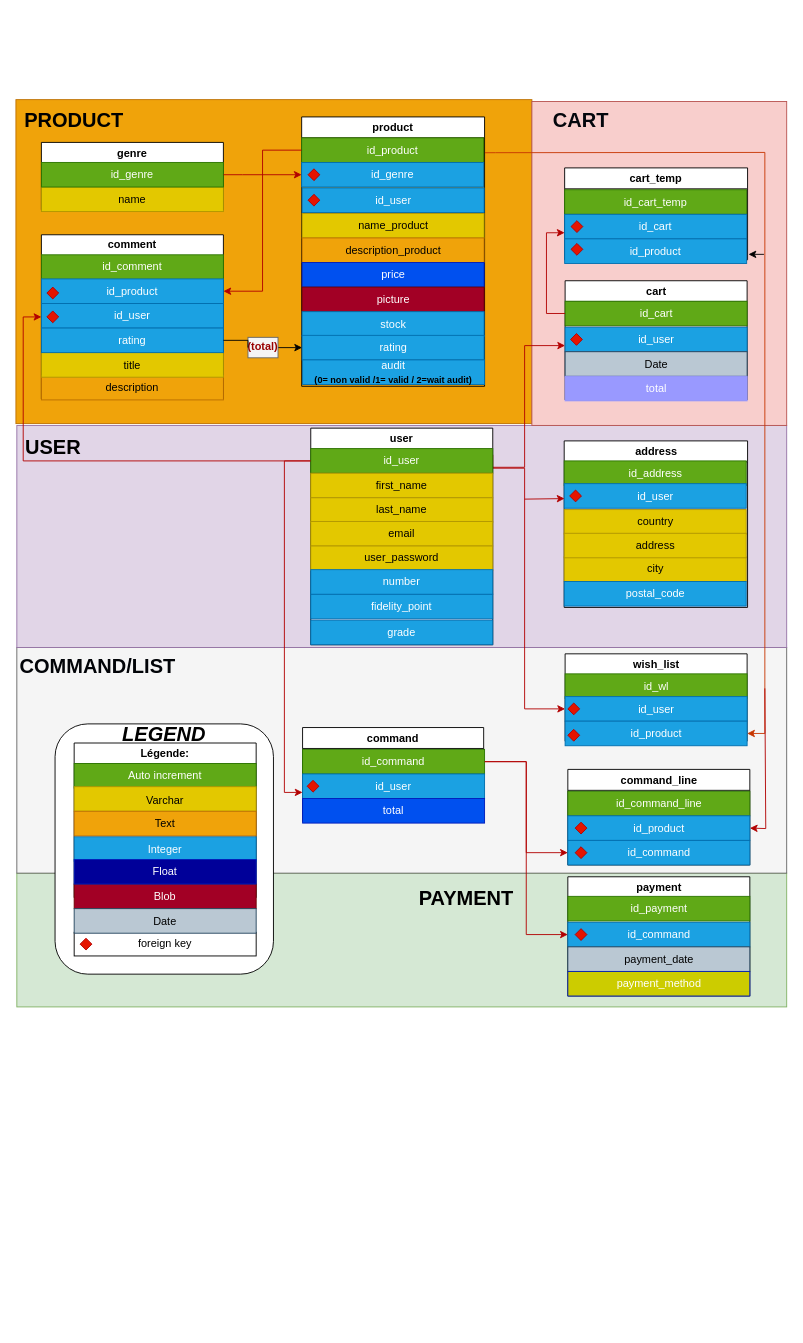
This is db/Luc_Nagib_Script'io_MCD.drawio from Naywvi/ScriptIO_ecommerce_of_script, a draw.io file, before an edit. Source tidied: cells renumbered, new cells numbered last; positions are measured from the earlier drawing's top-left corner, leaving out a move shared by most shapes. Both pictures are drawn from the tidied source at 91%, with x=0, y=0 at pixel (15, 99).
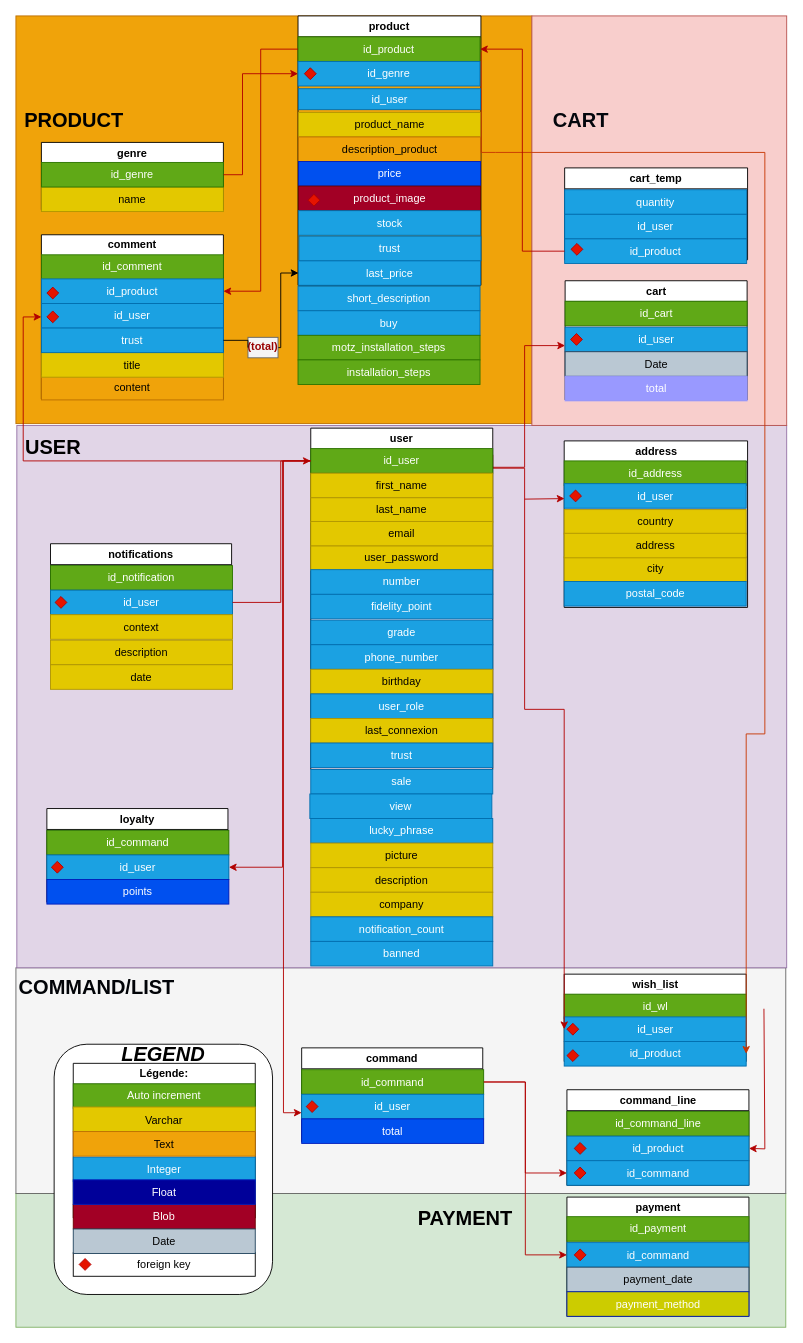
The same diagram, later.

The change refers to these unchanged cells:
```xml
<mxCell id="9" value="id_product" style="whiteSpace=wrap;html=1;fillColor=#1ba1e2;fontColor=#ffffff;strokeColor=#006EAF;" parent="7" vertex="1">
  <mxGeometry y="51" width="200" height="27" as="geometry" />
</mxCell>
<mxCell id="14" value="id_product" style="whiteSpace=wrap;html=1;fillColor=#60a917;strokeColor=#2D7600;fontColor=#ffffff;" parent="13" vertex="1">
  <mxGeometry y="23" width="200" height="27" as="geometry" />
</mxCell>
<mxCell id="26" value="id_cart" style="whiteSpace=wrap;html=1;fillColor=#60a917;strokeColor=#2D7600;fontColor=#ffffff;" parent="25" vertex="1">
  <mxGeometry y="22.5" width="200" height="27" as="geometry" />
</mxCell>
<mxCell id="31" value="cart_temp" style="swimlane;whiteSpace=wrap;html=1;" parent="1" vertex="1">
  <mxGeometry x="603" y="75" width="201" height="101" as="geometry" />
</mxCell>
<mxCell id="34" value="id_product" style="whiteSpace=wrap;html=1;fillColor=#1ba1e2;fontColor=#ffffff;strokeColor=#006EAF;" parent="31" vertex="1">
  <mxGeometry y="78" width="200" height="27" as="geometry" />
</mxCell>
<mxCell id="93" value="id_user" style="whiteSpace=wrap;html=1;fillColor=#60a917;strokeColor=#2D7600;fontColor=#ffffff;" parent="92" vertex="1">
  <mxGeometry y="22.5" width="200" height="27" as="geometry" />
</mxCell>
<mxCell id="112" value="&lt;font style=&quot;--darkreader-inline-color: #ff6161;&quot; color=&quot;#990000&quot;&gt;&lt;b&gt;(total)&lt;/b&gt;&lt;/font&gt;" style="rounded=0;whiteSpace=wrap;html=1;fillColor=#f5f5f5;strokeColor=#666666;fontColor=#333333;" parent="1" vertex="1">
  <mxGeometry x="255" y="261.2" width="33" height="22.5" as="geometry" />
</mxCell>
```

Diff of the diagram source:
```diff
@@
     <mxCell id="2" style="rounded=0;whiteSpace=wrap;html=1;fillColor=#f0a30a;strokeColor=#BD7000;fontColor=#000000;" parent="1" vertex="1">
-      <mxGeometry width="567" height="356" as="geometry" />
+      <mxGeometry y="-92" width="567" height="448" as="geometry" />
     </mxCell>
     <mxCell id="3" style="rounded=0;whiteSpace=wrap;html=1;fillColor=#d5e8d4;strokeColor=#82b366;" parent="1" vertex="1">
-      <mxGeometry x="1" y="850" width="846" height="147" as="geometry" />
+      <mxGeometry y="1202" width="846" height="147" as="geometry" />
     </mxCell>
     <mxCell id="4" style="rounded=0;whiteSpace=wrap;html=1;fillColor=#f5f5f5;strokeColor=#666666;fontColor=#333333;" parent="1" vertex="1">
-      <mxGeometry x="1" y="602" width="846" height="248" as="geometry" />
+      <mxGeometry y="954" width="846" height="248" as="geometry" />
     </mxCell>
     <mxCell id="5" style="rounded=0;whiteSpace=wrap;html=1;fillColor=#e1d5e7;strokeColor=#9673a6;" parent="1" vertex="1">
-      <mxGeometry x="1" y="358" width="846" height="244" as="geometry" />
+      <mxGeometry x="1" y="358" width="846" height="596" as="geometry" />
     </mxCell>
     <mxCell id="6" style="rounded=0;whiteSpace=wrap;html=1;fillColor=#f8cecc;strokeColor=#b85450;" parent="1" vertex="1">
-      <mxGeometry x="567" y="2" width="280" height="356" as="geometry" />
+      <mxGeometry x="567" y="-92" width="280" height="450" as="geometry" />
     </mxCell>
     <mxCell id="7" value="command_line" style="swimlane;whiteSpace=wrap;html=1;" parent="1" vertex="1">
-      <mxGeometry x="606.5" y="736" width="200" height="105" as="geometry" />
+      <mxGeometry x="605.5" y="1088" width="200" height="105" as="geometry" />
     </mxCell>
@@
     <mxCell id="13" value="product" style="swimlane;whiteSpace=wrap;html=1;" parent="1" vertex="1">
-      <mxGeometry x="314" y="19" width="201" height="296" as="geometry" />
+      <mxGeometry x="310" y="-92" width="201" height="296" as="geometry" />
     </mxCell>
@@
-    <mxCell id="15" value="name_product" style="whiteSpace=wrap;html=1;fillColor=#e3c800;fontColor=#000000;strokeColor=#B09500;" parent="13" vertex="1">
+    <mxCell id="15" value="product_name" style="whiteSpace=wrap;html=1;fillColor=#e3c800;fontColor=#000000;strokeColor=#B09500;" parent="13" vertex="1">
       <mxGeometry x="0.5" y="106" width="200" height="27" as="geometry" />
     </mxCell>
@@
-    <mxCell id="19" value="picture" style="whiteSpace=wrap;html=1;fillColor=#a20025;fontColor=#ffffff;strokeColor=#6F0000;" parent="13" vertex="1">
+    <mxCell id="19" value="product_image" style="whiteSpace=wrap;html=1;fillColor=#a20025;fontColor=#ffffff;strokeColor=#6F0000;" parent="13" vertex="1">
       <mxGeometry x="0.5" y="187" width="200" height="27" as="geometry" />
     </mxCell>
@@
-    <mxCell id="32" value="id_cart_temp" style="whiteSpace=wrap;html=1;fillColor=#60a917;strokeColor=#2D7600;fontColor=#ffffff;" parent="31" vertex="1">
+    <mxCell id="32" value="quantity" style="whiteSpace=wrap;html=1;fillColor=#1ba1e2;strokeColor=#006EAF;fontColor=#ffffff;" parent="31" vertex="1">
       <mxGeometry y="24" width="200" height="27" as="geometry" />
     </mxCell>
-    <mxCell id="33" value="id_cart" style="whiteSpace=wrap;html=1;fillColor=#1ba1e2;fontColor=#ffffff;strokeColor=#006EAF;" parent="31" vertex="1">
+    <mxCell id="33" value="id_user" style="whiteSpace=wrap;html=1;fillColor=#1ba1e2;fontColor=#ffffff;strokeColor=#006EAF;" parent="31" vertex="1">
       <mxGeometry y="51" width="200" height="27" as="geometry" />
     </mxCell>
@@
-    <mxCell id="36" style="rhombus;whiteSpace=wrap;html=1;fillColor=#e51400;fontColor=#ffffff;strokeColor=#B20000;" parent="31" vertex="1">
-      <mxGeometry x="7" y="58" width="13" height="13" as="geometry" />
-    </mxCell>
@@
     <mxCell id="45" value="wish_list" style="swimlane;whiteSpace=wrap;html=1;" parent="1" vertex="1">
-      <mxGeometry x="603.5" y="609" width="200" height="96" as="geometry" />
+      <mxGeometry x="602.5" y="961" width="200" height="96" as="geometry" />
     </mxCell>
@@
     <mxCell id="51" value="payment" style="swimlane;whiteSpace=wrap;html=1;" parent="1" vertex="1">
-      <mxGeometry x="606.5" y="854" width="200" height="131" as="geometry" />
+      <mxGeometry x="605.5" y="1206" width="200" height="131" as="geometry" />
     </mxCell>
@@
     <mxCell id="57" style="rhombus;whiteSpace=wrap;html=1;fillColor=#e51400;fontColor=#ffffff;strokeColor=#B20000;" parent="1" vertex="1">
-      <mxGeometry x="70.5" y="914.5" width="13" height="13" as="geometry" />
+      <mxGeometry x="69.5" y="1266.5" width="13" height="13" as="geometry" />
     </mxCell>
@@
-    <mxCell id="63" style="edgeStyle=orthogonalEdgeStyle;rounded=0;jettySize=auto;html=1;entryX=0;entryY=0.75;entryDx=0;entryDy=0;strokeColor=#B20000;fillColor=#e51400;" parent="1" edge="1" source="26" target="33">
-      <mxGeometry relative="1" as="geometry">
-        <Array as="points">
-          <mxPoint x="583" y="235" />
-          <mxPoint x="583" y="146" />
-        </Array>
-      </mxGeometry>
-    </mxCell>
@@
     <mxCell id="66" style="endArrow=classic;html=1;rounded=0;strokeColor=#B20000;entryX=1;entryY=0.5;entryDx=0;entryDy=0;fillColor=#e51400;" parent="1" edge="1" target="9">
       <mxGeometry relative="1" as="geometry">
-        <mxPoint x="823" y="647" as="sourcePoint" />
+        <mxPoint x="822" y="999" as="sourcePoint" />
         <Array as="points">
-          <mxPoint x="824" y="801" />
+          <mxPoint x="823" y="1153" />
         </Array>
       </mxGeometry>
     </mxCell>
-    <mxCell id="67" style="endArrow=classic;html=1;rounded=0;" parent="1" edge="1">
-      <mxGeometry relative="1" as="geometry">
-        <mxPoint x="822" y="170" as="sourcePoint" />
-        <mxPoint x="805" y="170" as="targetPoint" />
-      </mxGeometry>
-    </mxCell>
     <mxCell id="68" value="command" style="swimlane;whiteSpace=wrap;html=1;" parent="1" vertex="1">
-      <mxGeometry x="315" y="690" width="199" height="103" as="geometry" />
+      <mxGeometry x="314" y="1042" width="199" height="103" as="geometry" />
     </mxCell>
@@
     <mxCell id="73" style="rounded=1;whiteSpace=wrap;html=1;" parent="1" vertex="1">
-      <mxGeometry x="43" y="686" width="240" height="275" as="geometry" />
+      <mxGeometry x="42" y="1038" width="240" height="275" as="geometry" />
     </mxCell>
     <mxCell id="74" value="foreign key" style="rounded=0;whiteSpace=wrap;html=1;" parent="1" vertex="1">
-      <mxGeometry x="64" y="915" width="200" height="26" as="geometry" />
+      <mxGeometry x="63" y="1267" width="200" height="26" as="geometry" />
     </mxCell>
     <mxCell id="75" value="Légende:" style="swimlane;whiteSpace=wrap;html=1;" parent="1" vertex="1">
-      <mxGeometry x="64" y="707" width="200" height="170" as="geometry" />
+      <mxGeometry x="63" y="1059" width="200" height="170" as="geometry" />
     </mxCell>
@@
     <mxCell id="84" style="rhombus;whiteSpace=wrap;html=1;fillColor=#e51400;fontColor=#ffffff;strokeColor=#B20000;" parent="1" vertex="1">
-      <mxGeometry x="70.5" y="921.5" width="13" height="13" as="geometry" />
+      <mxGeometry x="69.5" y="1273.5" width="13" height="13" as="geometry" />
     </mxCell>
@@
     <mxCell id="89" value="&lt;font style=&quot;font-size: 22px; --darkreader-inline-color: #e5e3df;&quot; color=&quot;#020408&quot;&gt;&lt;b&gt;COMMAND/LIST&lt;/b&gt;&lt;/font&gt;" style="text;html=1;strokeColor=none;fillColor=none;align=center;verticalAlign=middle;whiteSpace=wrap;rounded=0;" parent="1" vertex="1">
-      <mxGeometry x="60" y="609" width="60" height="30" as="geometry" />
+      <mxGeometry x="59" y="961" width="60" height="30" as="geometry" />
     </mxCell>
     <mxCell id="90" value="&lt;font style=&quot;font-size: 22px; --darkreader-inline-color: #e8e6e3;&quot; color=&quot;#000000&quot;&gt;&lt;b&gt;PAYMENT&lt;/b&gt;&lt;/font&gt;" style="text;html=1;strokeColor=none;fillColor=none;align=center;verticalAlign=middle;whiteSpace=wrap;rounded=0;" parent="1" vertex="1">
-      <mxGeometry x="465" y="863" width="60" height="30" as="geometry" />
+      <mxGeometry x="464" y="1215" width="60" height="30" as="geometry" />
     </mxCell>
     <mxCell id="91" value="&lt;font style=&quot;--darkreader-inline-color: #e8e6e3;&quot; color=&quot;#000000&quot;&gt;&lt;i&gt;&lt;font style=&quot;font-size: 22px;&quot;&gt;&lt;b&gt;LEGEND&lt;/b&gt;&lt;/font&gt;&lt;/i&gt;&lt;/font&gt;" style="text;html=1;strokeColor=none;fillColor=none;align=center;verticalAlign=middle;whiteSpace=wrap;rounded=0;" parent="1" vertex="1">
-      <mxGeometry x="133" y="683" width="60" height="30" as="geometry" />
+      <mxGeometry x="132" y="1035" width="60" height="30" as="geometry" />
     </mxCell>
     <mxCell id="92" value="user" style="swimlane;whiteSpace=wrap;html=1;" parent="1" vertex="1">
-      <mxGeometry x="324" y="361" width="200" height="238" as="geometry" />
+      <mxGeometry x="324" y="361" width="200" height="375" as="geometry" />
     </mxCell>
@@
+    <mxCell id="119" value="phone_number" style="whiteSpace=wrap;html=1;fillColor=#1ba1e2;strokeColor=#006EAF;fontColor=#ffffff;" parent="92" vertex="1">
+      <mxGeometry y="238" width="200" height="27" as="geometry" />
+    </mxCell>
+    <mxCell id="120" value="birthday" style="whiteSpace=wrap;html=1;fillColor=#e3c800;strokeColor=#B09500;fontColor=#000000;" parent="92" vertex="1">
+      <mxGeometry y="265" width="200" height="27" as="geometry" />
+    </mxCell>
+    <mxCell id="121" value="user_role" style="whiteSpace=wrap;html=1;fillColor=#1ba1e2;strokeColor=#006EAF;fontColor=#ffffff;" parent="92" vertex="1">
+      <mxGeometry y="292" width="200" height="27" as="geometry" />
+    </mxCell>
+    <mxCell id="122" value="last_connexion" style="whiteSpace=wrap;html=1;fillColor=#e3c800;strokeColor=#B09500;fontColor=#000000;" parent="92" vertex="1">
+      <mxGeometry y="319" width="200" height="27" as="geometry" />
+    </mxCell>
+    <mxCell id="123" value="trust" style="whiteSpace=wrap;html=1;fillColor=#1ba1e2;strokeColor=#006EAF;fontColor=#ffffff;" parent="92" vertex="1">
+      <mxGeometry y="346" width="200" height="27" as="geometry" />
+    </mxCell>
@@
-    <mxCell id="105" value="description" style="whiteSpace=wrap;html=1;fillColor=#f0a30a;fontColor=#000000;strokeColor=#BD7000;" parent="1" vertex="1">
+    <mxCell id="105" value="content" style="whiteSpace=wrap;html=1;fillColor=#f0a30a;fontColor=#000000;strokeColor=#BD7000;" parent="1" vertex="1">
       <mxGeometry x="28" y="303" width="200" height="27" as="geometry" />
     </mxCell>
@@
     <mxCell id="107" style="edgeStyle=orthogonalEdgeStyle;rounded=0;jettySize=auto;html=1;entryX=0;entryY=0.5;entryDx=0;entryDy=0;fontSize=10;fontColor=#000000;startArrow=none;" parent="1" edge="1" source="112" target="109">
-      <mxGeometry relative="1" as="geometry" />
+      <mxGeometry relative="1" as="geometry">
+        <Array as="points">
+          <mxPoint x="291" y="273" />
+          <mxPoint x="291" y="191" />
+        </Array>
+      </mxGeometry>
     </mxCell>
-    <mxCell id="108" value="rating" style="whiteSpace=wrap;html=1;fillColor=#1ba1e2;fontColor=#ffffff;strokeColor=#006EAF;" parent="1" vertex="1">
+    <mxCell id="108" value="trust" style="whiteSpace=wrap;html=1;fillColor=#1ba1e2;fontColor=#ffffff;strokeColor=#006EAF;" parent="1" vertex="1">
       <mxGeometry x="28" y="251" width="200" height="27" as="geometry" />
     </mxCell>
-    <mxCell id="109" value="rating" style="whiteSpace=wrap;html=1;fillColor=#1ba1e2;fontColor=#ffffff;strokeColor=#006EAF;" parent="1" vertex="1">
-      <mxGeometry x="314.5" y="259" width="200" height="27" as="geometry" />
+    <mxCell id="109" value="last_price" style="whiteSpace=wrap;html=1;fillColor=#1ba1e2;fontColor=#ffffff;strokeColor=#006EAF;" parent="1" vertex="1">
+      <mxGeometry x="310.5" y="177" width="200" height="27" as="geometry" />
     </mxCell>
-    <mxCell id="110" value="&lt;font style=&quot;--darkreader-inline-color: #988f81;&quot; color=&quot;#FFFFFF&quot;&gt;&lt;font style=&quot;--darkreader-inline-color: #a69f93;&quot;&gt;audit &lt;/font&gt;&lt;br&gt;&lt;font style=&quot;&quot; size=&quot;1&quot; color=&quot;#000000&quot;&gt;&lt;b&gt;&lt;span style=&quot;&quot;&gt;(0= non valid /1= valid / 2=wait audit)&lt;/span&gt;&lt;/b&gt;&lt;/font&gt;&lt;/font&gt;" style="whiteSpace=wrap;html=1;fillColor=#1ba1e2;fontColor=#ffffff;strokeColor=#006EAF;" parent="1" vertex="1">
-      <mxGeometry x="315" y="286" width="200" height="27" as="geometry" />
+    <mxCell id="110" value="trust" style="whiteSpace=wrap;html=1;fillColor=#1ba1e2;fontColor=#ffffff;strokeColor=#006EAF;" parent="1" vertex="1">
+      <mxGeometry x="311" y="150" width="200" height="27" as="geometry" />
     </mxCell>
     <mxCell id="111" value="id_user" style="whiteSpace=wrap;html=1;fillColor=#1ba1e2;fontColor=#ffffff;strokeColor=#006EAF;" parent="1" vertex="1">
-      <mxGeometry x="314.5" y="97" width="200" height="27" as="geometry" />
+      <mxGeometry x="310.5" y="-12" width="200" height="23" as="geometry" />
     </mxCell>
@@
+    <mxCell id="124" value="short_description" style="whiteSpace=wrap;html=1;fillColor=#1ba1e2;fontColor=#ffffff;strokeColor=#006EAF;" parent="1" vertex="1">
+      <mxGeometry x="310" y="205" width="200" height="27" as="geometry" />
+    </mxCell>
+    <mxCell id="125" value="buy" style="whiteSpace=wrap;html=1;fillColor=#1ba1e2;fontColor=#ffffff;strokeColor=#006EAF;" parent="1" vertex="1">
+      <mxGeometry x="310" y="232" width="200" height="27" as="geometry" />
+    </mxCell>
+    <mxCell id="126" style="edgeStyle=orthogonalEdgeStyle;rounded=0;orthogonalLoop=1;jettySize=auto;html=1;exitX=0.5;exitY=1;exitDx=0;exitDy=0;" parent="1" edge="1" source="112" target="112">
+      <mxGeometry relative="1" as="geometry" />
+    </mxCell>
+    <mxCell id="127" value="motz_installation_steps" style="whiteSpace=wrap;html=1;fillColor=#60a917;strokeColor=#2D7600;fontColor=#ffffff;" parent="1" vertex="1">
+      <mxGeometry x="310" y="259" width="200" height="27" as="geometry" />
+    </mxCell>
+    <mxCell id="128" value="installation_steps" style="whiteSpace=wrap;html=1;fillColor=#60a917;strokeColor=#2D7600;fontColor=#ffffff;" parent="1" vertex="1">
+      <mxGeometry x="310" y="286" width="200" height="27" as="geometry" />
+    </mxCell>
+    <mxCell id="129" value="sale" style="whiteSpace=wrap;html=1;fillColor=#1ba1e2;strokeColor=#006EAF;fontColor=#ffffff;" parent="1" vertex="1">
+      <mxGeometry x="324" y="736" width="200" height="27" as="geometry" />
+    </mxCell>
+    <mxCell id="130" value="view" style="whiteSpace=wrap;html=1;fillColor=#1ba1e2;strokeColor=#006EAF;fontColor=#ffffff;" parent="1" vertex="1">
+      <mxGeometry x="323" y="763" width="200" height="27" as="geometry" />
+    </mxCell>
+    <mxCell id="131" value="lucky_phrase" style="whiteSpace=wrap;html=1;fillColor=#1ba1e2;strokeColor=#006EAF;fontColor=#ffffff;" parent="1" vertex="1">
+      <mxGeometry x="324" y="790" width="200" height="27" as="geometry" />
+    </mxCell>
+    <mxCell id="132" value="picture" style="whiteSpace=wrap;html=1;fillColor=#e3c800;strokeColor=#B09500;fontColor=#000000;" parent="1" vertex="1">
+      <mxGeometry x="324" y="817" width="200" height="27" as="geometry" />
+    </mxCell>
+    <mxCell id="133" value="description" style="whiteSpace=wrap;html=1;fillColor=#e3c800;strokeColor=#B09500;fontColor=#000000;" parent="1" vertex="1">
+      <mxGeometry x="324" y="844" width="200" height="27" as="geometry" />
+    </mxCell>
+    <mxCell id="134" value="company" style="whiteSpace=wrap;html=1;fillColor=#e3c800;strokeColor=#B09500;fontColor=#000000;" parent="1" vertex="1">
+      <mxGeometry x="324" y="871" width="200" height="27" as="geometry" />
+    </mxCell>
+    <mxCell id="135" value="notification_count" style="whiteSpace=wrap;html=1;fillColor=#1ba1e2;strokeColor=#006EAF;fontColor=#ffffff;" parent="1" vertex="1">
+      <mxGeometry x="324" y="898" width="200" height="27" as="geometry" />
+    </mxCell>
+    <mxCell id="136" value="banned" style="whiteSpace=wrap;html=1;fillColor=#1ba1e2;strokeColor=#006EAF;fontColor=#ffffff;" parent="1" vertex="1">
+      <mxGeometry x="324" y="925" width="200" height="27" as="geometry" />
+    </mxCell>
+    <mxCell id="137" value="loyalty" style="swimlane;whiteSpace=wrap;html=1;" parent="1" vertex="1">
+      <mxGeometry x="34" y="779" width="199" height="103" as="geometry" />
+    </mxCell>
+    <mxCell id="138" value="id_command" style="whiteSpace=wrap;html=1;fillColor=#60a917;strokeColor=#2D7600;fontColor=#ffffff;" parent="137" vertex="1">
+      <mxGeometry y="24" width="200" height="27" as="geometry" />
+    </mxCell>
+    <mxCell id="139" value="id_user" style="whiteSpace=wrap;html=1;fillColor=#1ba1e2;fontColor=#ffffff;strokeColor=#006EAF;" parent="137" vertex="1">
+      <mxGeometry y="51" width="200" height="27" as="geometry" />
+    </mxCell>
+    <mxCell id="140" value="points" style="whiteSpace=wrap;html=1;fillColor=#0050ef;fontColor=#ffffff;strokeColor=#001DBC;" parent="137" vertex="1">
+      <mxGeometry y="78" width="200" height="27" as="geometry" />
+    </mxCell>
+    <mxCell id="141" style="rhombus;whiteSpace=wrap;html=1;fillColor=#e51400;fontColor=#ffffff;strokeColor=#B20000;" parent="137" vertex="1">
+      <mxGeometry x="5" y="58" width="13" height="13" as="geometry" />
+    </mxCell>
+    <mxCell id="142" style="edgeStyle=orthogonalEdgeStyle;rounded=0;jettySize=auto;html=1;entryX=1;entryY=0.5;entryDx=0;entryDy=0;fillColor=#e51400;strokeColor=#B20000;" parent="1" edge="1" source="93" target="139">
+      <mxGeometry relative="1" as="geometry">
+        <Array as="points">
+          <mxPoint x="293" y="397" />
+          <mxPoint x="293" y="844" />
+        </Array>
+      </mxGeometry>
+    </mxCell>
+    <mxCell id="143" value="notifications" style="swimlane;whiteSpace=wrap;html=1;" parent="1" vertex="1">
+      <mxGeometry x="38" y="488" width="199" height="103" as="geometry" />
+    </mxCell>
+    <mxCell id="144" value="id_notification" style="whiteSpace=wrap;html=1;fillColor=#60a917;strokeColor=#2D7600;fontColor=#ffffff;" parent="143" vertex="1">
+      <mxGeometry y="24" width="200" height="27" as="geometry" />
+    </mxCell>
+    <mxCell id="145" value="id_user" style="whiteSpace=wrap;html=1;fillColor=#1ba1e2;fontColor=#ffffff;strokeColor=#006EAF;" parent="143" vertex="1">
+      <mxGeometry y="51" width="200" height="27" as="geometry" />
+    </mxCell>
+    <mxCell id="146" value="context" style="whiteSpace=wrap;html=1;fillColor=#e3c800;fontColor=#000000;strokeColor=#B09500;" parent="143" vertex="1">
+      <mxGeometry y="78" width="200" height="27" as="geometry" />
+    </mxCell>
+    <mxCell id="147" style="rhombus;whiteSpace=wrap;html=1;fillColor=#e51400;fontColor=#ffffff;strokeColor=#B20000;" parent="143" vertex="1">
+      <mxGeometry x="5" y="58" width="13" height="13" as="geometry" />
+    </mxCell>
+    <mxCell id="148" style="edgeStyle=orthogonalEdgeStyle;rounded=0;jettySize=auto;html=1;entryX=1;entryY=0.5;entryDx=0;entryDy=0;fillColor=#e51400;strokeColor=#B20000;" parent="1" edge="1" source="34" target="14">
+      <mxGeometry relative="1" as="geometry" />
+    </mxCell>
+    <mxCell id="149" value="description" style="whiteSpace=wrap;html=1;fillColor=#e3c800;fontColor=#000000;strokeColor=#B09500;" parent="1" vertex="1">
+      <mxGeometry x="38" y="594" width="200" height="27" as="geometry" />
+    </mxCell>
+    <mxCell id="150" value="date" style="whiteSpace=wrap;html=1;fillColor=#e3c800;fontColor=#000000;strokeColor=#B09500;" parent="1" vertex="1">
+      <mxGeometry x="38" y="621" width="200" height="27" as="geometry" />
+    </mxCell>
+    <mxCell id="151" style="edgeStyle=orthogonalEdgeStyle;rounded=0;jettySize=auto;html=1;entryX=0;entryY=0.5;entryDx=0;entryDy=0;fillColor=#e51400;strokeColor=#B20000;" parent="1" edge="1" source="145" target="93">
+      <mxGeometry relative="1" as="geometry">
+        <Array as="points">
+          <mxPoint x="291" y="553" />
+          <mxPoint x="291" y="397" />
+        </Array>
+      </mxGeometry>
+    </mxCell>
```
